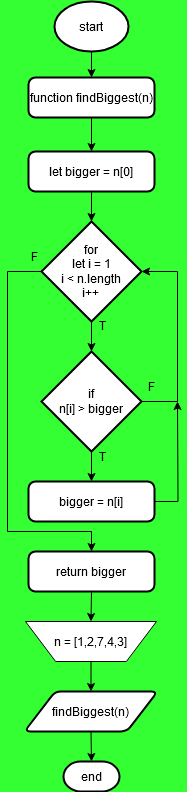
The draw.io diagram flowchart-diagram/find_the_biggest_algorithm.drawio.png in Destantomy/Dry-run-algorithm, before a commit. Source tidied: cells renumbered, new cells last; positions are measured from the earlier drawing's top-left corner, leaving out a move shared by most shapes.
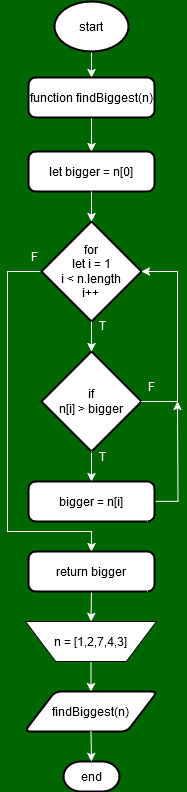
Above is the later version.

What changed in the source:
```diff
@@ -1,14 +1,14 @@
-<mxGraphModel background="#33FF33">
+<mxGraphModel background="#006600">
   <root>
     <mxCell id="0" />
     <mxCell id="1" parent="0" />
-    <mxCell id="2" style="edgeStyle=orthogonalEdgeStyle;rounded=0;jettySize=auto;html=1;exitX=0.5;exitY=1;exitDx=0;exitDy=0;exitPerimeter=0;entryX=0.5;entryY=0;entryDx=0;entryDy=0;" parent="1" edge="1" source="3" target="5">
+    <mxCell id="2" style="edgeStyle=orthogonalEdgeStyle;rounded=0;jettySize=auto;html=1;exitX=0.5;exitY=1;exitDx=0;exitDy=0;exitPerimeter=0;entryX=0.5;entryY=0;entryDx=0;entryDy=0;strokeColor=#FFFFFF;" parent="1" edge="1" source="3" target="5">
       <mxGeometry relative="1" as="geometry" />
     </mxCell>
     <mxCell id="3" value="start" style="strokeWidth=2;html=1;shape=mxgraph.flowchart.start_1;whiteSpace=wrap;" parent="1" vertex="1">
       <mxGeometry x="47" width="74" height="50" as="geometry" />
     </mxCell>
-    <mxCell id="4" style="edgeStyle=orthogonalEdgeStyle;rounded=0;jettySize=auto;html=1;exitX=0.5;exitY=1;exitDx=0;exitDy=0;entryX=0.5;entryY=0;entryDx=0;entryDy=0;" parent="1" edge="1" source="5" target="6">
+    <mxCell id="4" style="edgeStyle=orthogonalEdgeStyle;rounded=0;jettySize=auto;html=1;exitX=0.5;exitY=1;exitDx=0;exitDy=0;entryX=0.5;entryY=0;entryDx=0;entryDy=0;strokeColor=#FFFFFF;" parent="1" edge="1" source="5" target="6">
       <mxGeometry relative="1" as="geometry" />
     </mxCell>
     <mxCell id="5" value="function findBiggest(n)" style="rounded=1;whiteSpace=wrap;html=1;absoluteArcSize=1;arcSize=14;strokeWidth=2;" parent="1" vertex="1">
@@ -17,7 +17,7 @@
     <mxCell id="6" value="let bigger = n[0]" style="rounded=1;whiteSpace=wrap;html=1;absoluteArcSize=1;arcSize=14;strokeWidth=2;" parent="1" vertex="1">
       <mxGeometry x="21" y="150" width="126" height="40" as="geometry" />
     </mxCell>
-    <mxCell id="7" style="edgeStyle=orthogonalEdgeStyle;rounded=0;jettySize=auto;html=1;exitX=0;exitY=0.5;exitDx=0;exitDy=0;exitPerimeter=0;entryX=0.5;entryY=0;entryDx=0;entryDy=0;" parent="1" edge="1" source="8" target="14">
+    <mxCell id="7" style="edgeStyle=orthogonalEdgeStyle;rounded=0;jettySize=auto;html=1;exitX=0;exitY=0.5;exitDx=0;exitDy=0;exitPerimeter=0;entryX=0.5;entryY=0;entryDx=0;entryDy=0;strokeColor=#FFFFFF;" parent="1" edge="1" source="8" target="14">
       <mxGeometry relative="1" as="geometry">
         <Array as="points">
           <mxPoint y="270" />
@@ -29,13 +29,13 @@
     <mxCell id="8" value="&lt;div&gt;for&lt;/div&gt;&lt;div&gt;let i = 1&lt;/div&gt;&lt;div&gt;i &amp;lt; n.length&lt;/div&gt;&lt;div&gt;i++&lt;br&gt;&lt;/div&gt;" style="strokeWidth=2;html=1;shape=mxgraph.flowchart.decision;whiteSpace=wrap;" parent="1" vertex="1">
       <mxGeometry x="34" y="220" width="100" height="100" as="geometry" />
     </mxCell>
-    <mxCell id="9" style="edgeStyle=orthogonalEdgeStyle;rounded=0;jettySize=auto;html=1;exitX=0.5;exitY=1;exitDx=0;exitDy=0;exitPerimeter=0;entryX=0.5;entryY=0;entryDx=0;entryDy=0;" parent="1" edge="1" source="10" target="12">
+    <mxCell id="9" style="edgeStyle=orthogonalEdgeStyle;rounded=0;jettySize=auto;html=1;exitX=0.5;exitY=1;exitDx=0;exitDy=0;exitPerimeter=0;entryX=0.5;entryY=0;entryDx=0;entryDy=0;strokeColor=#FFFFFF;" parent="1" edge="1" source="10" target="12">
       <mxGeometry relative="1" as="geometry" />
     </mxCell>
     <mxCell id="10" value="&lt;div&gt;if&lt;/div&gt;&lt;div&gt;n[i] &amp;gt; bigger&lt;br&gt;&lt;/div&gt;" style="strokeWidth=2;html=1;shape=mxgraph.flowchart.decision;whiteSpace=wrap;" parent="1" vertex="1">
       <mxGeometry x="34" y="350" width="100" height="100" as="geometry" />
     </mxCell>
-    <mxCell id="11" style="edgeStyle=orthogonalEdgeStyle;rounded=0;jettySize=auto;html=1;exitX=1;exitY=0.5;exitDx=0;exitDy=0;" parent="1" edge="1" source="12">
+    <mxCell id="11" style="edgeStyle=orthogonalEdgeStyle;rounded=0;jettySize=auto;html=1;exitX=1;exitY=0.5;exitDx=0;exitDy=0;strokeColor=#FFFFFF;" parent="1" edge="1" source="12">
       <mxGeometry relative="1" as="geometry">
         <mxPoint x="170" y="400" as="targetPoint" />
       </mxGeometry>
@@ -43,13 +43,13 @@
     <mxCell id="12" value="bigger = n[i]" style="rounded=1;whiteSpace=wrap;html=1;absoluteArcSize=1;arcSize=14;strokeWidth=2;" parent="1" vertex="1">
       <mxGeometry x="21" y="480" width="126" height="40" as="geometry" />
     </mxCell>
-    <mxCell id="13" style="edgeStyle=orthogonalEdgeStyle;rounded=0;jettySize=auto;html=1;exitX=0.5;exitY=1;exitDx=0;exitDy=0;entryX=0.5;entryY=0;entryDx=0;entryDy=0;" parent="1" edge="1" source="14" target="16">
+    <mxCell id="13" style="edgeStyle=orthogonalEdgeStyle;rounded=0;jettySize=auto;html=1;exitX=0.5;exitY=1;exitDx=0;exitDy=0;entryX=0.5;entryY=0;entryDx=0;entryDy=0;strokeColor=#FFFFFF;" parent="1" edge="1" source="14" target="16">
       <mxGeometry relative="1" as="geometry" />
     </mxCell>
     <mxCell id="14" value="return bigger" style="rounded=1;whiteSpace=wrap;html=1;absoluteArcSize=1;arcSize=14;strokeWidth=2;" parent="1" vertex="1">
       <mxGeometry x="21" y="550" width="126" height="40" as="geometry" />
     </mxCell>
-    <mxCell id="15" style="edgeStyle=orthogonalEdgeStyle;rounded=0;jettySize=auto;html=1;exitX=0.5;exitY=1;exitDx=0;exitDy=0;entryX=0.5;entryY=0;entryDx=0;entryDy=0;" parent="1" edge="1" source="16" target="17">
+    <mxCell id="15" style="edgeStyle=orthogonalEdgeStyle;rounded=0;jettySize=auto;html=1;exitX=0.5;exitY=1;exitDx=0;exitDy=0;entryX=0.5;entryY=0;entryDx=0;entryDy=0;strokeColor=#FFFFFF;" parent="1" edge="1" source="16" target="17">
       <mxGeometry relative="1" as="geometry" />
     </mxCell>
     <mxCell id="16" value="n = [1,2,7,4,3]" style="verticalLabelPosition=middle;verticalAlign=middle;html=1;shape=trapezoid;perimeter=trapezoidPerimeter;whiteSpace=wrap;size=0.23;arcSize=10;flipV=1;labelPosition=center;align=center;" parent="1" vertex="1">
@@ -61,13 +61,13 @@
     <mxCell id="18" value="end" style="strokeWidth=2;html=1;shape=mxgraph.flowchart.terminator;whiteSpace=wrap;" parent="1" vertex="1">
       <mxGeometry x="56" y="760" width="56" height="30" as="geometry" />
     </mxCell>
-    <mxCell id="19" style="edgeStyle=orthogonalEdgeStyle;rounded=0;jettySize=auto;html=1;exitX=0.5;exitY=1;exitDx=0;exitDy=0;entryX=0.5;entryY=0;entryDx=0;entryDy=0;entryPerimeter=0;" parent="1" edge="1" source="6" target="8">
+    <mxCell id="19" style="edgeStyle=orthogonalEdgeStyle;rounded=0;jettySize=auto;html=1;exitX=0.5;exitY=1;exitDx=0;exitDy=0;entryX=0.5;entryY=0;entryDx=0;entryDy=0;entryPerimeter=0;strokeColor=#FFFFFF;" parent="1" edge="1" source="6" target="8">
       <mxGeometry relative="1" as="geometry" />
     </mxCell>
-    <mxCell id="20" style="edgeStyle=orthogonalEdgeStyle;rounded=0;jettySize=auto;html=1;exitX=0.5;exitY=1;exitDx=0;exitDy=0;exitPerimeter=0;entryX=0.5;entryY=0;entryDx=0;entryDy=0;entryPerimeter=0;" parent="1" edge="1" source="8" target="10">
+    <mxCell id="20" style="edgeStyle=orthogonalEdgeStyle;rounded=0;jettySize=auto;html=1;exitX=0.5;exitY=1;exitDx=0;exitDy=0;exitPerimeter=0;entryX=0.5;entryY=0;entryDx=0;entryDy=0;entryPerimeter=0;strokeColor=#FFFFFF;" parent="1" edge="1" source="8" target="10">
       <mxGeometry relative="1" as="geometry" />
     </mxCell>
-    <mxCell id="21" style="edgeStyle=orthogonalEdgeStyle;rounded=0;jettySize=auto;html=1;exitX=1;exitY=0.5;exitDx=0;exitDy=0;exitPerimeter=0;entryX=1;entryY=0.5;entryDx=0;entryDy=0;entryPerimeter=0;" parent="1" edge="1" source="10" target="8">
+    <mxCell id="21" style="edgeStyle=orthogonalEdgeStyle;rounded=0;jettySize=auto;html=1;exitX=1;exitY=0.5;exitDx=0;exitDy=0;exitPerimeter=0;entryX=1;entryY=0.5;entryDx=0;entryDy=0;entryPerimeter=0;strokeColor=#FFFFFF;" parent="1" edge="1" source="10" target="8">
       <mxGeometry relative="1" as="geometry">
         <Array as="points">
           <mxPoint x="170" y="400" />
@@ -75,19 +75,19 @@
         </Array>
       </mxGeometry>
     </mxCell>
-    <mxCell id="22" style="edgeStyle=orthogonalEdgeStyle;rounded=0;jettySize=auto;html=1;exitX=0.5;exitY=1;exitDx=0;exitDy=0;entryX=0.5;entryY=0;entryDx=0;entryDy=0;entryPerimeter=0;" parent="1" edge="1" source="17" target="18">
+    <mxCell id="22" style="edgeStyle=orthogonalEdgeStyle;rounded=0;jettySize=auto;html=1;exitX=0.5;exitY=1;exitDx=0;exitDy=0;entryX=0.5;entryY=0;entryDx=0;entryDy=0;entryPerimeter=0;strokeColor=#FFFFFF;" parent="1" edge="1" source="17" target="18">
       <mxGeometry relative="1" as="geometry" />
     </mxCell>
-    <mxCell id="23" value="T" style="text;html=1;align=center;verticalAlign=middle;whiteSpace=wrap;rounded=0;" parent="1" vertex="1">
+    <mxCell id="23" value="T" style="text;html=1;align=center;verticalAlign=middle;whiteSpace=wrap;rounded=0;fontColor=#FFFFFF;" parent="1" vertex="1">
       <mxGeometry x="85" y="309" width="20" height="30" as="geometry" />
     </mxCell>
-    <mxCell id="24" value="T" style="text;html=1;align=center;verticalAlign=middle;whiteSpace=wrap;rounded=0;" parent="1" vertex="1">
+    <mxCell id="24" value="T" style="text;html=1;align=center;verticalAlign=middle;whiteSpace=wrap;rounded=0;fontColor=#FFFFFF;" parent="1" vertex="1">
       <mxGeometry x="85" y="440" width="20" height="30" as="geometry" />
     </mxCell>
-    <mxCell id="25" value="F" style="text;html=1;align=center;verticalAlign=middle;whiteSpace=wrap;rounded=0;" parent="1" vertex="1">
+    <mxCell id="25" value="F" style="text;html=1;align=center;verticalAlign=middle;whiteSpace=wrap;rounded=0;fontColor=#FFFFFF;" parent="1" vertex="1">
       <mxGeometry x="17" y="240" width="20" height="30" as="geometry" />
     </mxCell>
-    <mxCell id="26" value="F" style="text;html=1;align=center;verticalAlign=middle;whiteSpace=wrap;rounded=0;" parent="1" vertex="1">
+    <mxCell id="26" value="F" style="text;html=1;align=center;verticalAlign=middle;whiteSpace=wrap;rounded=0;fontColor=#FFFFFF;" parent="1" vertex="1">
       <mxGeometry x="134" y="370" width="20" height="30" as="geometry" />
     </mxCell>
   </root>
```
